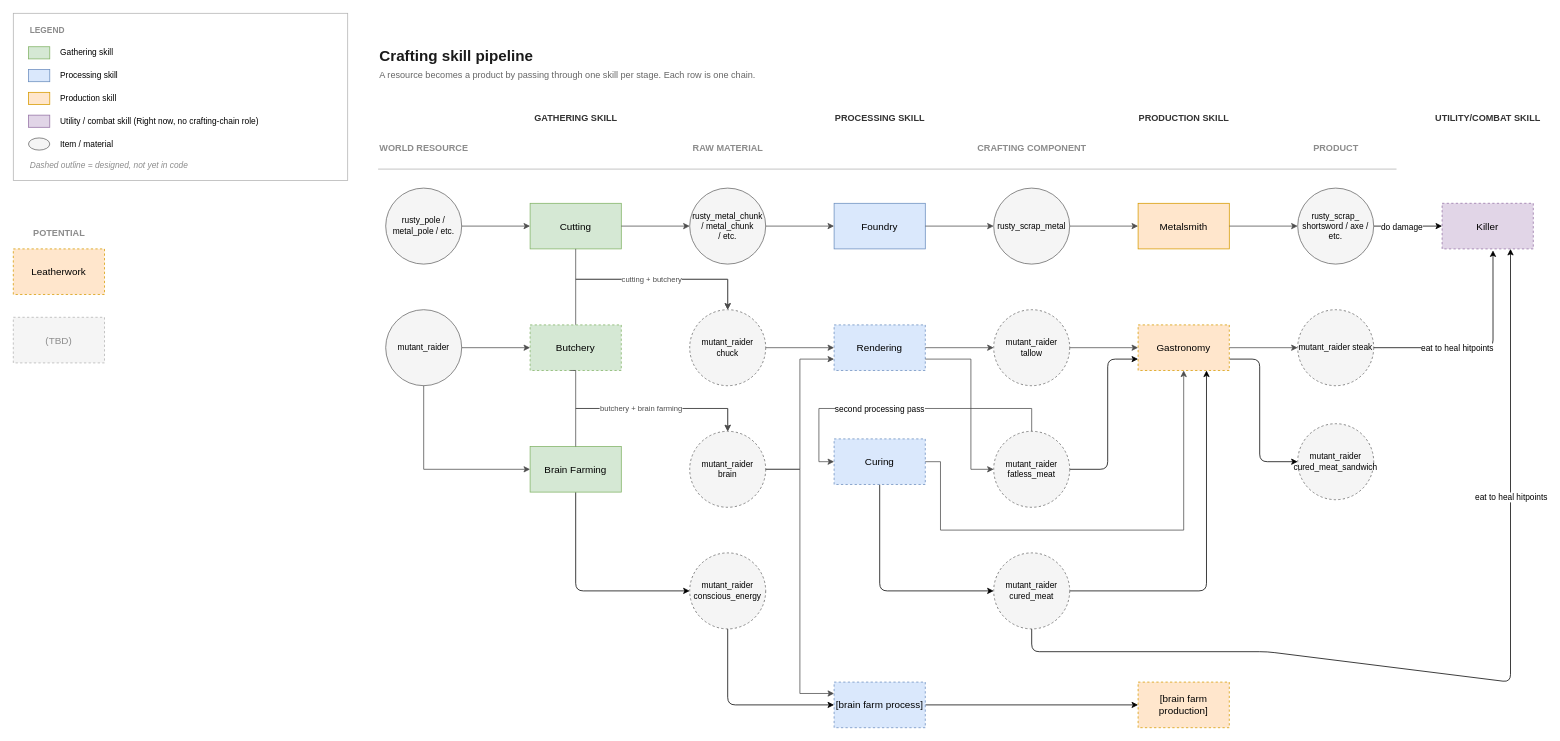
Above: TBD_skill_tree_map.drawio in DoctorDystopia/muddev (draw.io), before the change. Source tidied: cells renumbered, new cells numbered last; positions are measured from the earlier drawing's top-left corner, leaving out a move shared by most shapes. Both pictures are drawn from the tidied source at 76%, with x=0, y=0 at pixel (13, 13).
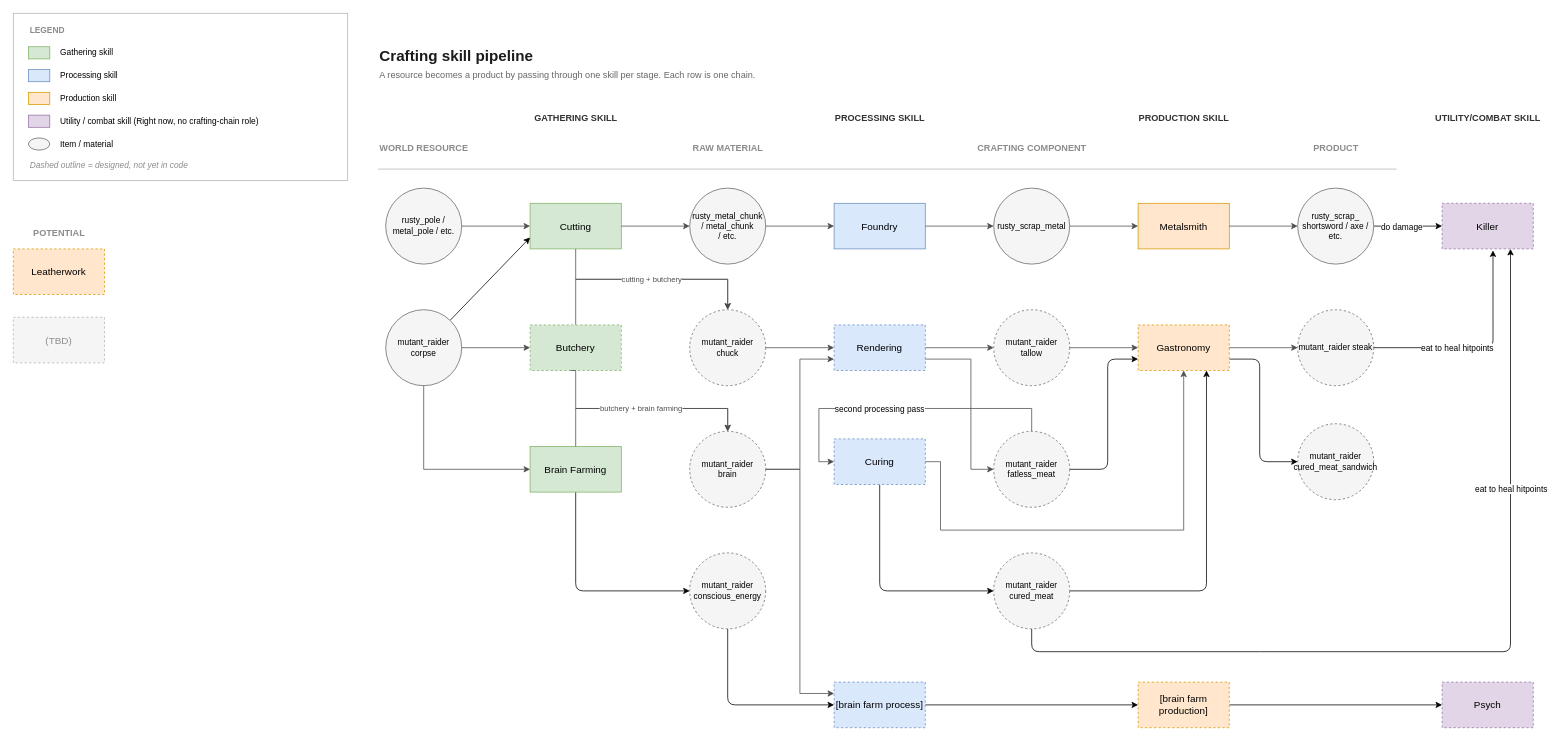
Above is the later version.

Commit message:
update skill tree map

The change refers to these unchanged cells:
```xml
<mxCell id="14" value="Cutting" style="rounded=0;whiteSpace=wrap;html=1;fillColor=#D5E8D4;strokeColor=#82B366;fontSize=13;" parent="1" vertex="1">
  <mxGeometry x="680" y="250" width="120" height="60" as="geometry" />
</mxCell>
<mxCell id="71" value="Killer" style="rounded=0;whiteSpace=wrap;html=1;fillColor=#e1d5e7;strokeColor=#9673a6;fontSize=13;dashed=1;" parent="1" vertex="1">
  <mxGeometry x="1880" y="250" width="120" height="60" as="geometry" />
</mxCell>
<mxCell id="85" value="mutant_raider cured_meat" style="ellipse;whiteSpace=wrap;html=1;fillColor=#F5F5F5;strokeColor=#666666;fontSize=11;dashed=1;" parent="1" vertex="1">
  <mxGeometry x="1290" y="710" width="100" height="100" as="geometry" />
</mxCell>
<mxCell id="87" value="[brain farm production]" style="rounded=0;whiteSpace=wrap;html=1;fillColor=#FFE6CC;strokeColor=#D79B00;fontSize=13;dashed=1;" parent="1" vertex="1">
  <mxGeometry x="1480" y="880" width="120" height="60" as="geometry" />
</mxCell>
```

The edit, as a diff of the source:
```diff
@@
+    <mxCell id="88" style="edgeStyle=none;html=1;entryX=0;entryY=0.75;entryDx=0;entryDy=0;" parent="1" edge="1" source="22" target="14">
+      <mxGeometry relative="1" as="geometry" />
+    </mxCell>
-    <mxCell id="22" value="mutant_raider" style="ellipse;whiteSpace=wrap;html=1;fillColor=#F5F5F5;strokeColor=#666666;fontSize=11;" parent="1" vertex="1">
+    <mxCell id="22" value="mutant_raider&lt;div&gt;corpse&lt;/div&gt;" style="ellipse;whiteSpace=wrap;html=1;fillColor=#F5F5F5;strokeColor=#666666;fontSize=11;" parent="1" vertex="1">
       <mxGeometry x="490" y="390" width="100" height="100" as="geometry" />
     </mxCell>
@@
     <mxCell id="83" style="edgeStyle=none;html=1;entryX=0.75;entryY=1;entryDx=0;entryDy=0;exitX=0.5;exitY=1;exitDx=0;exitDy=0;" parent="1" edge="1" source="85" target="71">
       <mxGeometry relative="1" as="geometry">
         <Array as="points">
           <mxPoint x="1340" y="840" />
           <mxPoint x="1650" y="840" />
-          <mxPoint x="1970" y="880" />
+          <mxPoint x="1970" y="840" />
         </Array>
       </mxGeometry>
     </mxCell>
@@
+    <mxCell id="89" style="edgeStyle=none;html=1;entryX=0;entryY=0.5;entryDx=0;entryDy=0;" parent="1" edge="1" source="87" target="90">
+      <mxGeometry relative="1" as="geometry" />
+    </mxCell>
@@
+    <mxCell id="90" value="Psych" style="rounded=0;whiteSpace=wrap;html=1;fillColor=#e1d5e7;strokeColor=#9673a6;fontSize=13;dashed=1;" parent="1" vertex="1">
+      <mxGeometry x="1880" y="880" width="120" height="60" as="geometry" />
+    </mxCell>
```
